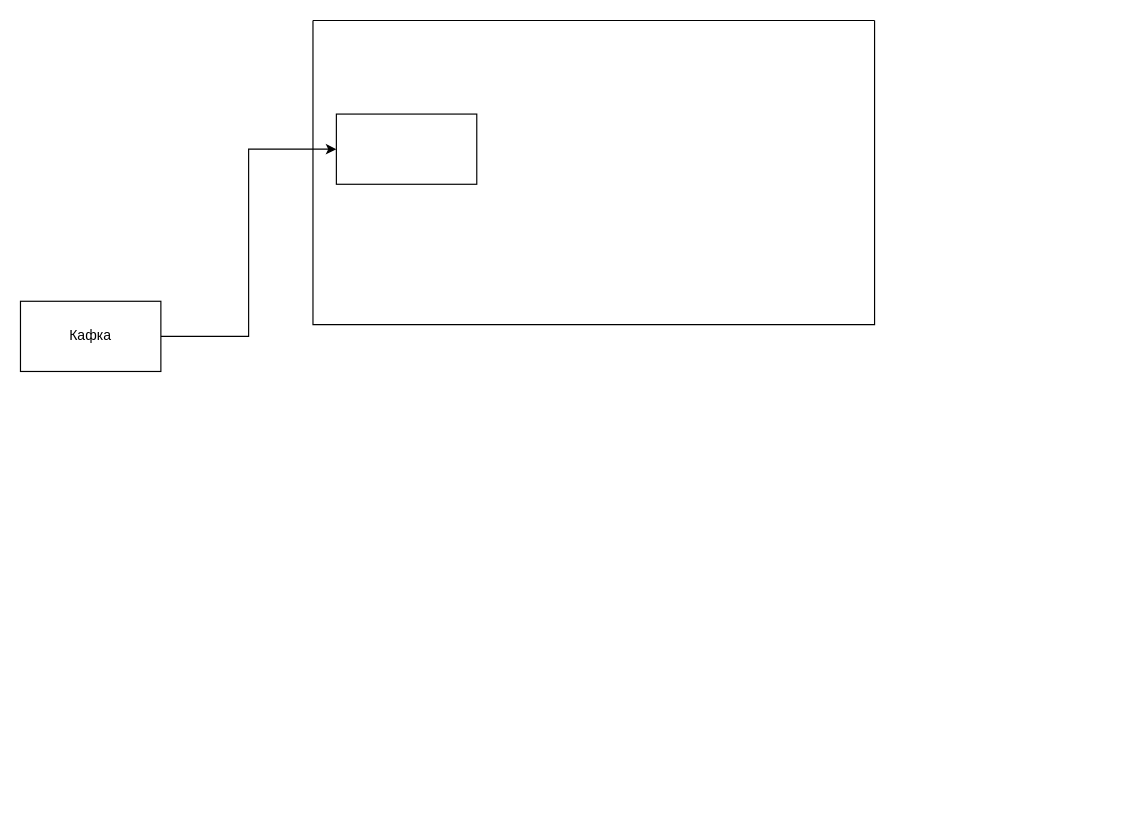
The draw.io diagram Диаграмма без названия.drawio in Toutsu/PIK2, before the edit. Source tidied: cells renumbered, new cells numbered last; positions are measured from the earlier drawing's top-left corner, leaving out a move shared by most shapes. Both pictures are drawn from the tidied source at 117%, with x=0, y=0 at pixel (20, 20).
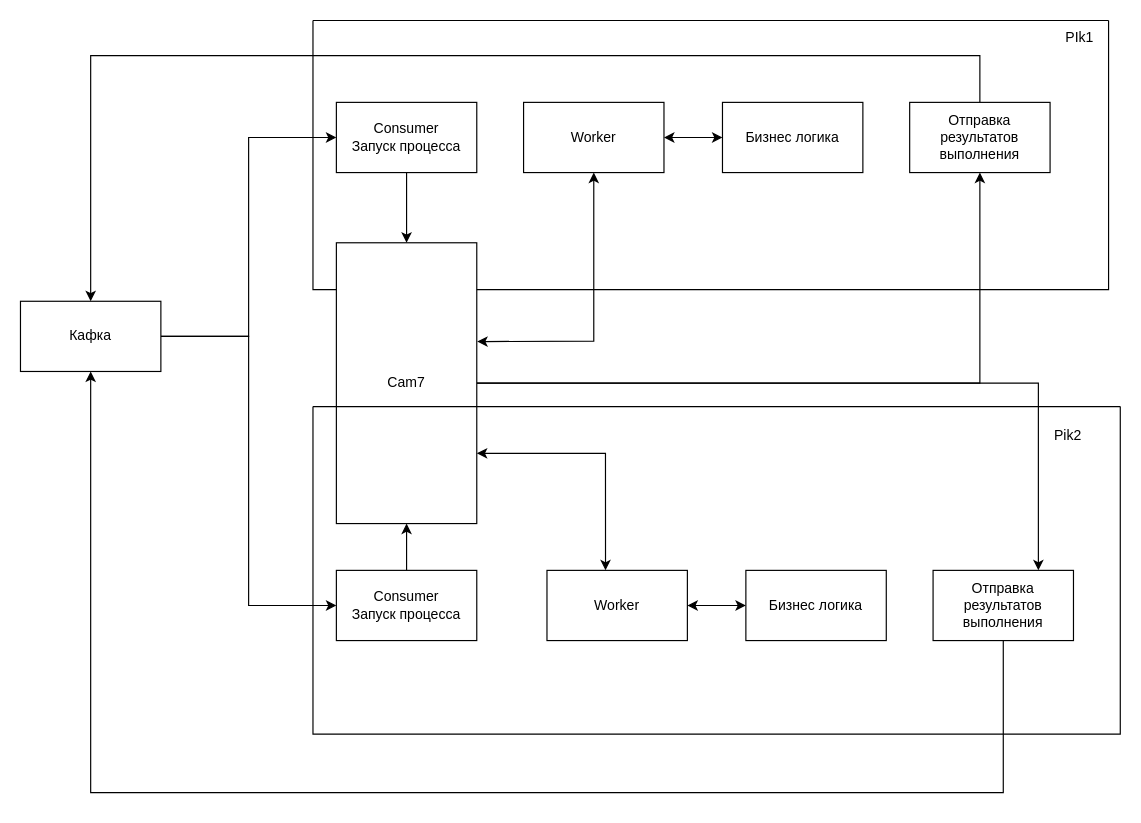
The same diagram, later.

Unchanged cells that the change refers to:
```xml
<mxCell id="3" value="Кафка" style="rounded=0;whiteSpace=wrap;html=1;" parent="1" vertex="1">
  <mxGeometry y="240" width="120" height="60" as="geometry" />
</mxCell>
```

What changed in the source:
```diff
@@
+    <mxCell id="6" style="edgeStyle=orthogonalEdgeStyle;rounded=0;jettySize=auto;html=1;entryX=0;entryY=0.5;entryDx=0;entryDy=0;" parent="1" edge="1" source="3" target="26">
+      <mxGeometry relative="1" as="geometry" />
+    </mxCell>
@@
+    <mxCell id="5" style="swimlane;startSize=0;" parent="1" vertex="1">
+      <mxGeometry x="250" width="680" height="230" as="geometry" />
+    </mxCell>
-    <mxCell id="4" style="rounded=0;whiteSpace=wrap;html=1;" parent="1" vertex="1">
-      <mxGeometry x="270" y="80" width="120" height="60" as="geometry" />
+    <mxCell id="4" value="Consumer&lt;div&gt;Запуск процесса&lt;/div&gt;" style="rounded=0;whiteSpace=wrap;html=1;" parent="5" vertex="1">
+      <mxGeometry x="20" y="70" width="120" height="60" as="geometry" />
     </mxCell>
-    <mxCell id="5" style="swimlane;startSize=0;" parent="1" vertex="1">
-      <mxGeometry x="250" width="480" height="260" as="geometry" />
-    </mxCell>
+    <mxCell id="7" value="PIk1" style="text;html=1;align=center;verticalAlign=middle;strokeColor=none;fillColor=none;" parent="5" vertex="1">
+      <mxGeometry x="630" width="50" height="30" as="geometry" />
+    </mxCell>
+    <mxCell id="8" value="Worker" style="rounded=0;whiteSpace=wrap;html=1;" parent="5" vertex="1">
+      <mxGeometry x="180" y="70" width="120" height="60" as="geometry" />
+    </mxCell>
+    <mxCell id="9" value="Бизнес&lt;span style=&quot;background-color: initial;&quot;&gt;&amp;nbsp;логика&lt;/span&gt;" style="rounded=0;whiteSpace=wrap;html=1;" parent="5" vertex="1">
+      <mxGeometry x="350" y="70" width="120" height="60" as="geometry" />
+    </mxCell>
+    <mxCell id="10" style="endArrow=classic;startArrow=classic;html=1;rounded=0;entryX=0;entryY=0.5;entryDx=0;entryDy=0;exitX=1;exitY=0.5;exitDx=0;exitDy=0;" parent="5" edge="1" source="8" target="9">
+      <mxGeometry relative="1" as="geometry" />
+    </mxCell>
+    <mxCell id="11" style="edgeStyle=orthogonalEdgeStyle;rounded=0;jettySize=auto;html=1;exitX=1;exitY=0.5;exitDx=0;exitDy=0;entryX=0.5;entryY=1;entryDx=0;entryDy=0;" parent="1" edge="1" source="13" target="16">
+      <mxGeometry relative="1" as="geometry" />
+    </mxCell>
+    <mxCell id="12" style="edgeStyle=orthogonalEdgeStyle;rounded=0;jettySize=auto;html=1;entryX=0.75;entryY=0;entryDx=0;entryDy=0;" parent="1" edge="1" source="13" target="23">
+      <mxGeometry relative="1" as="geometry" />
+    </mxCell>
+    <mxCell id="13" value="Cam7" style="rounded=0;whiteSpace=wrap;html=1;" parent="1" vertex="1">
+      <mxGeometry x="270" y="190" width="120" height="240" as="geometry" />
+    </mxCell>
+    <mxCell id="14" style="edgeStyle=orthogonalEdgeStyle;rounded=0;jettySize=auto;html=1;" parent="1" edge="1" source="4" target="13">
+      <mxGeometry relative="1" as="geometry" />
+    </mxCell>
+    <mxCell id="15" style="edgeStyle=orthogonalEdgeStyle;rounded=0;jettySize=auto;html=1;entryX=0.5;entryY=0;entryDx=0;entryDy=0;" parent="1" edge="1" source="16" target="3">
+      <mxGeometry relative="1" as="geometry">
+        <Array as="points">
+          <mxPoint x="820" y="30" />
+          <mxPoint x="60" y="30" />
+        </Array>
+      </mxGeometry>
+    </mxCell>
+    <mxCell id="16" value="Отправка результатов выполнения" style="rounded=0;whiteSpace=wrap;html=1;" parent="1" vertex="1">
+      <mxGeometry x="760" y="70" width="120" height="60" as="geometry" />
+    </mxCell>
+    <mxCell id="17" style="endArrow=classic;startArrow=classic;html=1;rounded=0;exitX=1.003;exitY=0.352;exitDx=0;exitDy=0;exitPerimeter=0;entryX=0.5;entryY=1;entryDx=0;entryDy=0;" parent="1" edge="1" source="13" target="8">
+      <mxGeometry relative="1" as="geometry">
+        <Array as="points">
+          <mxPoint x="490" y="274" />
+        </Array>
+      </mxGeometry>
+    </mxCell>
+    <mxCell id="18" style="edgeStyle=orthogonalEdgeStyle;rounded=0;jettySize=auto;html=1;entryX=0.5;entryY=1;entryDx=0;entryDy=0;" parent="1" edge="1" source="26" target="13">
+      <mxGeometry relative="1" as="geometry" />
+    </mxCell>
+    <mxCell id="19" value="Worker" style="rounded=0;whiteSpace=wrap;html=1;" parent="1" vertex="1">
+      <mxGeometry x="450" y="470" width="120" height="60" as="geometry" />
+    </mxCell>
+    <mxCell id="20" value="Бизнес&lt;span style=&quot;background-color: initial;&quot;&gt;&amp;nbsp;логика&lt;/span&gt;" style="rounded=0;whiteSpace=wrap;html=1;" parent="1" vertex="1">
+      <mxGeometry x="620" y="470" width="120" height="60" as="geometry" />
+    </mxCell>
+    <mxCell id="21" style="endArrow=classic;startArrow=classic;html=1;rounded=0;entryX=0;entryY=0.5;entryDx=0;entryDy=0;exitX=1;exitY=0.5;exitDx=0;exitDy=0;" parent="1" edge="1" source="19" target="20">
+      <mxGeometry relative="1" as="geometry" />
+    </mxCell>
+    <mxCell id="22" style="edgeStyle=orthogonalEdgeStyle;rounded=0;jettySize=auto;html=1;entryX=0.5;entryY=1;entryDx=0;entryDy=0;" parent="1" edge="1" source="23" target="3">
+      <mxGeometry relative="1" as="geometry">
+        <Array as="points">
+          <mxPoint x="840" y="660" />
+          <mxPoint x="60" y="660" />
+        </Array>
+      </mxGeometry>
+    </mxCell>
+    <mxCell id="23" value="Отправка результатов выполнения" style="rounded=0;whiteSpace=wrap;html=1;" parent="1" vertex="1">
+      <mxGeometry x="780" y="470" width="120" height="60" as="geometry" />
+    </mxCell>
+    <mxCell id="24" style="swimlane;startSize=0;" parent="1" vertex="1">
+      <mxGeometry x="250" y="330" width="690" height="280" as="geometry" />
+    </mxCell>
+    <mxCell id="25" value="Pik2" style="text;html=1;align=center;verticalAlign=middle;strokeColor=none;fillColor=none;" parent="24" vertex="1">
+      <mxGeometry x="620" y="10" width="50" height="30" as="geometry" />
+    </mxCell>
+    <mxCell id="26" value="Consumer&lt;div&gt;Запуск процесса&lt;/div&gt;" style="rounded=0;whiteSpace=wrap;html=1;" parent="24" vertex="1">
+      <mxGeometry x="20" y="140" width="120" height="60" as="geometry" />
+    </mxCell>
+    <mxCell id="27" style="endArrow=classic;startArrow=classic;html=1;rounded=0;exitX=0.417;exitY=0;exitDx=0;exitDy=0;exitPerimeter=0;entryX=1;entryY=0.75;entryDx=0;entryDy=0;" parent="1" edge="1" source="19" target="13">
+      <mxGeometry relative="1" as="geometry">
+        <Array as="points">
+          <mxPoint x="500" y="370" />
+        </Array>
+      </mxGeometry>
+    </mxCell>
```
